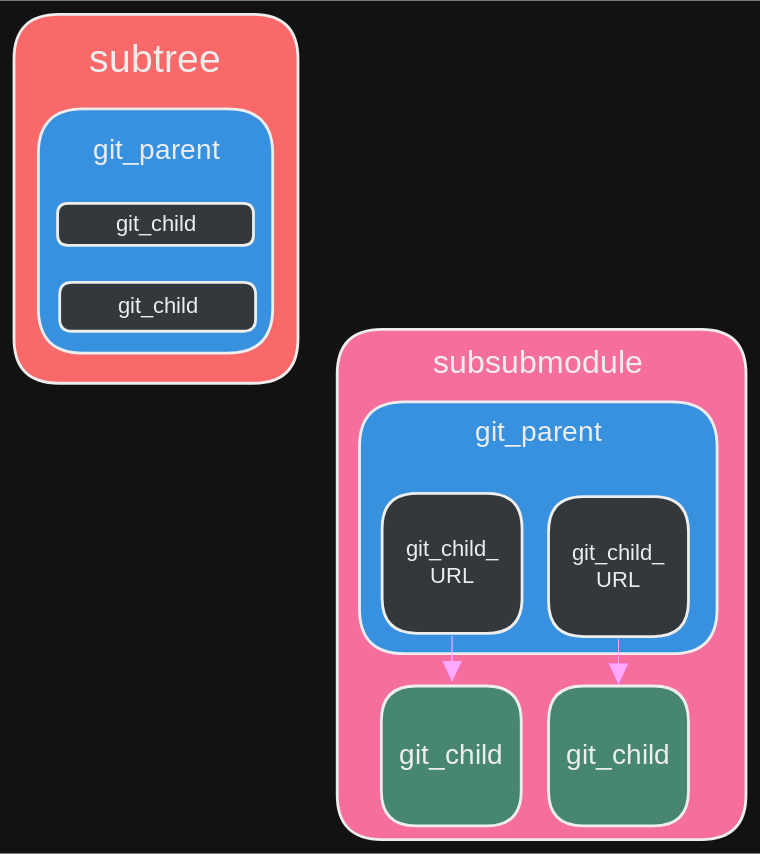
Above: Excalidraw/submodule和subtree区别.excalidraw.svg in FourteenDP/Note (Excalidraw), before the change. Source tidied: one line per element, renumbered; positions are measured from the earlier drawing's top-left corner, leaving out a move shared by most shapes.
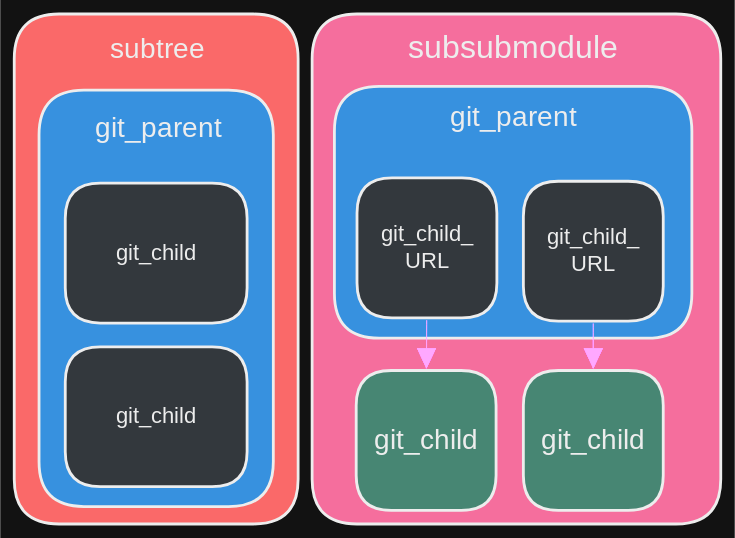
Above is the later version.

Commit message:
vault backup: 2023-03-12 13:36:59

Affected files:
Excalidraw/submodule和subtree区别.excalidraw.svg

Diff of the diagram source:
```diff
@@ -1,11 +1,9 @@
-{"id": 0, "type": "rectangle", "strokeColor": "black", "backgroundColor": "#fa5252", "fillStyle": "solid", "strokeWidth": 2, "roughness": 0, "round": true, "x": 0, "y": 0, "width": 203, "height": 264}
+{"id": 0, "type": "rectangle", "strokeColor": "black", "backgroundColor": "#fa5252", "fillStyle": "solid", "strokeWidth": 2, "roughness": 0, "round": true, "x": 18, "y": 225, "width": 203, "height": 365}
-{"id": 1, "type": "rectangle", "strokeColor": "#000000", "backgroundColor": "#228be6", "fillStyle": "solid", "strokeWidth": 2, "roughness": 0, "round": true, "x": 17, "y": 68, "width": 168, "height": 174}
+{"id": 1, "type": "rectangle", "strokeColor": "#000000", "backgroundColor": "#228be6", "fillStyle": "solid", "strokeWidth": 2, "roughness": 0, "round": true, "x": 36, "y": 279, "width": 168, "height": 298}
-{"id": 2, "type": "rectangle", "strokeColor": "#000000", "backgroundColor": "#ced4da", "fillStyle": "solid", "strokeWidth": 2, "roughness": 0, "round": true, "x": 31, "y": 135, "width": 140, "height": 30}
-{"id": 3, "type": "text", "text": "git_child", "strokeColor": "#000000", "strokeWidth": 1, "roughness": 1, "fontSize": 16, "fontFamily": 1, "textAlign": "center", "verticalAlign": "middle", "inside": 2, "x": 68, "y": 140, "width": 67, "height": 19}
-{"id": 4, "type": "rectangle", "strokeColor": "#000000", "backgroundColor": "#ced4da", "fillStyle": "solid", "strokeWidth": 2, "roughness": 0, "round": true, "x": 33, "y": 191, "width": 140, "height": 35}
+{"id": 4, "type": "rectangle", "strokeColor": "#000000", "backgroundColor": "#ced4da", "fillStyle": "solid", "strokeWidth": 2, "roughness": 0, "round": true, "x": 55, "y": 463, "width": 130, "height": 100}
-{"id": 5, "type": "text", "text": "git_child", "strokeColor": "#000000", "strokeWidth": 1, "roughness": 1, "fontSize": 16, "fontFamily": 1, "textAlign": "center", "verticalAlign": "middle", "inside": 4, "x": 69, "y": 199, "width": 67, "height": 19}
+{"id": 5, "type": "text", "text": "git_child", "strokeColor": "#000000", "strokeWidth": 1, "roughness": 1, "fontSize": 16, "fontFamily": 1, "textAlign": "center", "verticalAlign": "middle", "inside": 4, "x": 86, "y": 503, "width": 67, "height": 19}
-{"id": 6, "type": "text", "text": "subtree", "strokeColor": "#000000", "strokeWidth": 0.5, "roughness": 0, "fontSize": 28, "fontFamily": 1, "textAlign": "center", "verticalAlign": "middle", "x": 49, "y": 16, "width": 104, "height": 34}
+{"id": 6, "type": "text", "text": "subtree", "strokeColor": "#000000", "strokeWidth": 0.5, "roughness": 0, "fontSize": 20, "fontFamily": 1, "textAlign": "center", "verticalAlign": "middle", "x": 83, "y": 239, "width": 74, "height": 24}
-{"id": 7, "type": "text", "text": "git_parent", "strokeColor": "#000000", "strokeWidth": 0.5, "roughness": 0, "fontSize": 20, "fontFamily": 1, "textAlign": "center", "verticalAlign": "middle", "x": 49, "y": 86, "width": 106, "height": 24}
+{"id": 7, "type": "text", "text": "git_parent", "strokeColor": "#000000", "strokeWidth": 0.5, "roughness": 0, "fontSize": 20, "fontFamily": 1, "textAlign": "center", "verticalAlign": "middle", "x": 69, "y": 295, "width": 106, "height": 24}
 {"id": 8, "type": "rectangle", "strokeColor": "black", "backgroundColor": "#e64980", "fillStyle": "solid", "strokeWidth": 2, "roughness": 0, "round": true, "x": 231, "y": 225, "width": 292, "height": 365}
 {"id": 9, "type": "rectangle", "strokeColor": "#000000", "backgroundColor": "#228be6", "fillStyle": "solid", "strokeWidth": 2, "roughness": 0, "round": true, "x": 247, "y": 277, "width": 256, "height": 180}
 {"id": 10, "type": "rectangle", "strokeColor": "#000000", "backgroundColor": "#ced4da", "fillStyle": "solid", "strokeWidth": 2, "roughness": 0, "round": true, "x": 263, "y": 342, "width": 100, "height": 100}
@@ -19,4 +17,6 @@
 {"id": 18, "type": "arrow", "strokeColor": "#6a04e7", "strokeWidth": 0.5, "roughness": 0, "endArrowhead": "triangle", "round": true, "from": 14, "to": 16, "x": 432, "y": 447, "width": 0, "height": 31, "points": [[0, 0], [0, 31]]}
 {"id": 19, "type": "rectangle", "strokeColor": "black", "backgroundColor": "#519a84", "fillStyle": "solid", "strokeWidth": 2, "roughness": 0, "round": true, "x": 263, "y": 480, "width": 100, "height": 100}
 {"id": 20, "type": "text", "text": "git_child", "strokeColor": "#000000", "backgroundColor": "#ced4da", "fillStyle": "solid", "strokeWidth": 2, "roughness": 0, "fontSize": 20, "fontFamily": 1, "textAlign": "center", "verticalAlign": "middle", "inside": 19, "x": 271, "y": 518, "width": 83, "height": 24}
-{"id": 21, "type": "arrow", "strokeColor": "#6a04e7", "strokeWidth": 0.5, "roughness": 0, "endArrowhead": "triangle", "round": true, "from": 10, "to": 19, "x": 313, "y": 445, "width": 0, "height": 31, "points": [[0, 0], [0, 31]]}
+{"id": 21, "type": "arrow", "strokeColor": "#6a04e7", "strokeWidth": 0.5, "roughness": 0, "endArrowhead": "triangle", "round": true, "from": 10, "to": 19, "x": 313, "y": 444, "width": 0, "height": 34, "points": [[0, 0], [0, 34]]}
+{"id": 22, "type": "rectangle", "strokeColor": "#000000", "backgroundColor": "#ced4da", "fillStyle": "solid", "strokeWidth": 2, "roughness": 0, "round": true, "x": 55, "y": 346, "width": 130, "height": 100}
+{"id": 3, "type": "text", "text": "git_child", "strokeColor": "#000000", "strokeWidth": 1, "roughness": 1, "fontSize": 16, "fontFamily": 1, "textAlign": "center", "verticalAlign": "middle", "inside": 22, "x": 86, "y": 386, "width": 67, "height": 19}
```
